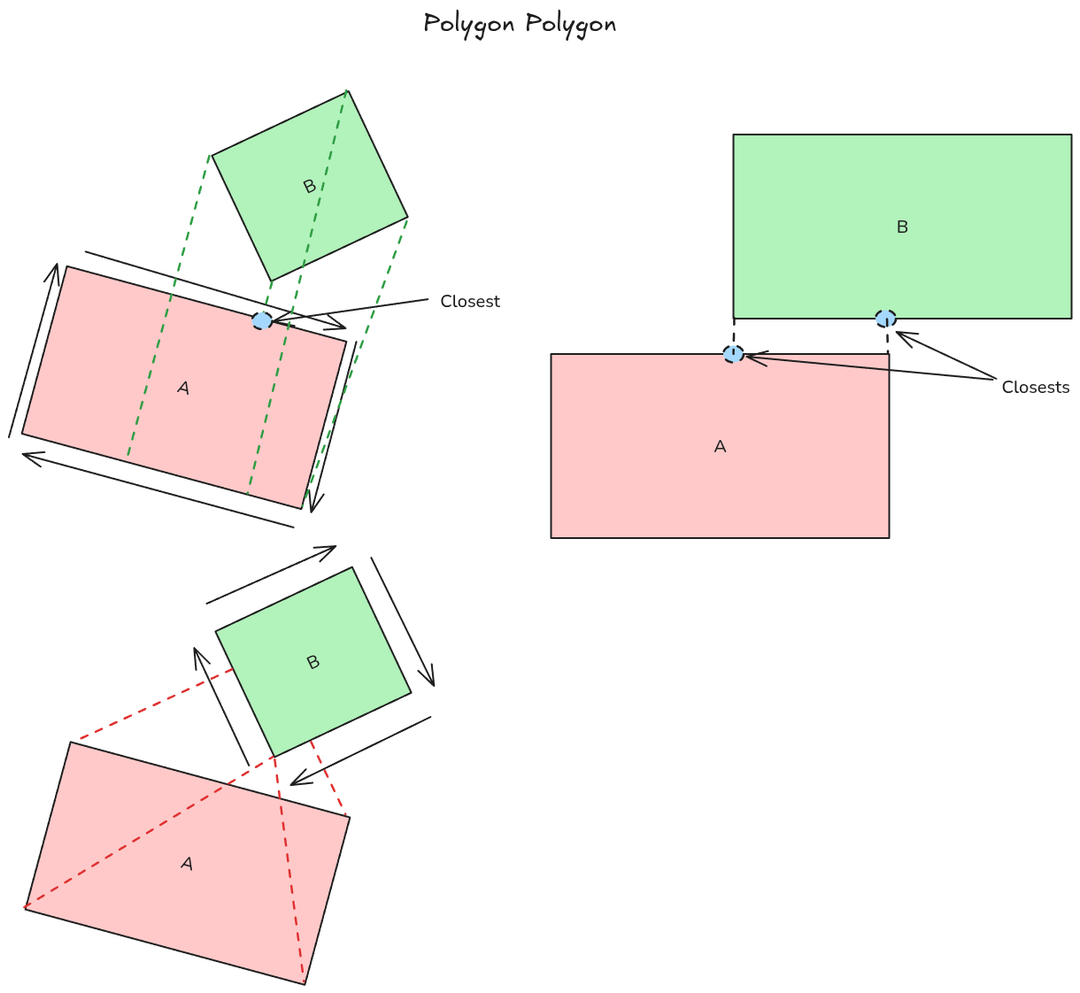
Earlier version of the Excalidraw export readme/contact_circle_polygon.excalidraw.png (OskarMihalik/physics_2D). Source tidied: one line per element, renumbered; positions are measured from the earlier drawing's top-left corner, leaving out a move shared by most shapes.
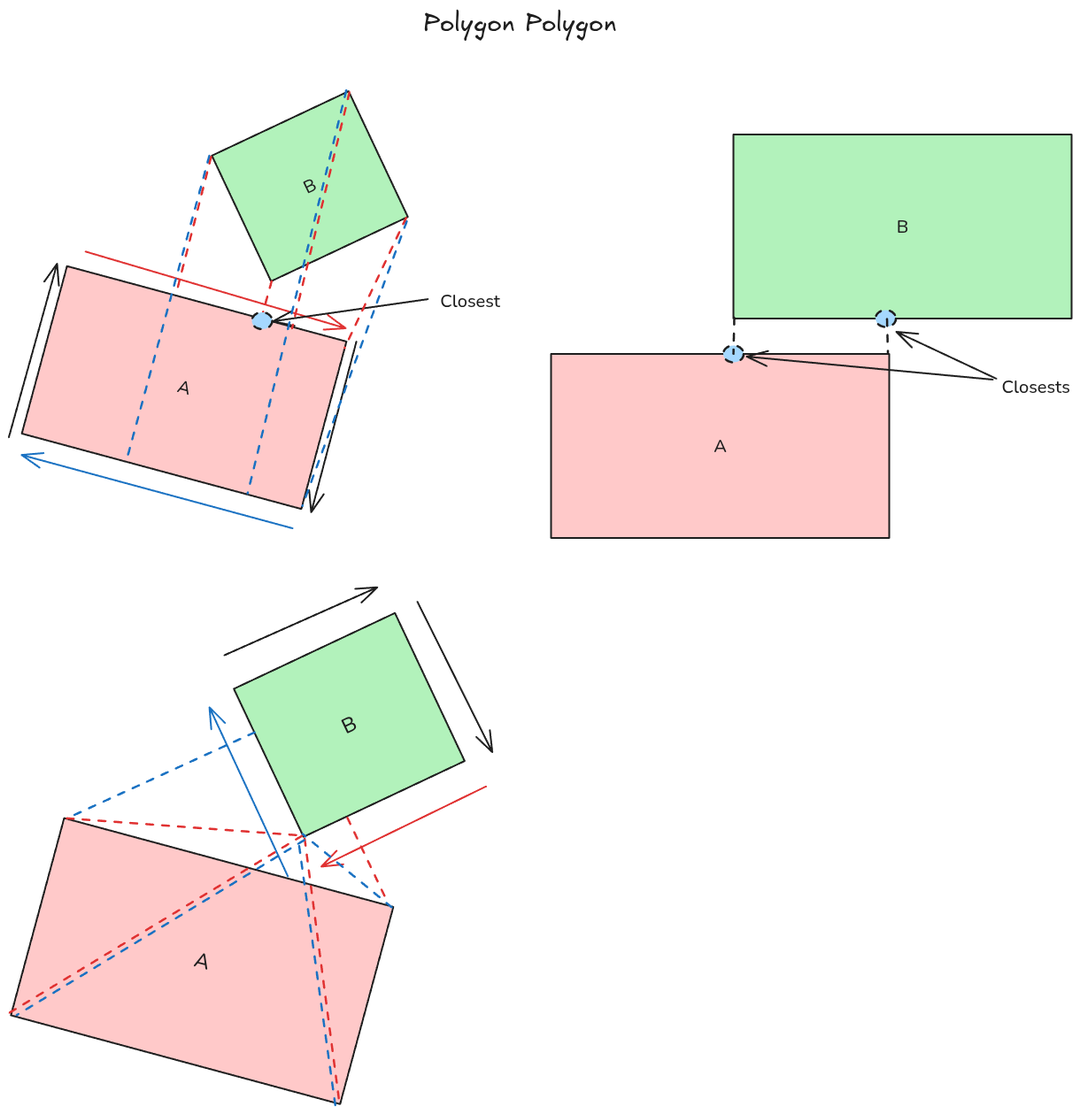
The same file after the commit.

Change to the diagram source:
```diff
@@ -2,14 +2,14 @@
 {"id": 1, "type": "rectangle", "strokeColor": "#1e1e1e", "angle": 0.26, "backgroundColor": "#ffc9c9", "fillStyle": "solid", "strokeWidth": 2, "roughness": 0, "x": 35, "y": 330, "width": 327, "height": 196}
 {"id": 2, "type": "text", "text": "A", "strokeColor": "#1e1e1e", "angle": 0.26, "backgroundColor": "#b2f2bb", "fillStyle": "solid", "strokeWidth": 2, "strokeStyle": "dashed", "roughness": 0, "fontSize": 20, "fontFamily": 6, "textAlign": "center", "verticalAlign": "middle", "inside": 1, "x": 191, "y": 414, "width": 15, "height": 27}
 {"id": 3, "type": "arrow", "strokeColor": "#1e1e1e", "backgroundColor": "#ffc9c9", "fillStyle": "solid", "strokeWidth": 2, "roughness": 0, "endArrowhead": "arrow", "round": true, "from": 1, "x": 393, "y": 376, "width": 51, "height": 193, "points": [[0, 0], [-51, 193]]}
-{"id": 4, "type": "arrow", "strokeColor": "#1e1e1e", "backgroundColor": "#ffc9c9", "fillStyle": "solid", "strokeWidth": 2, "roughness": 0, "endArrowhead": "arrow", "round": true, "from": 1, "x": 322, "y": 586, "width": 306, "height": 83, "points": [[0, 0], [-306, -83]]}
+{"id": 4, "type": "arrow", "strokeColor": "#1971c2", "backgroundColor": "#ffc9c9", "fillStyle": "solid", "strokeWidth": 2, "roughness": 0, "endArrowhead": "arrow", "round": true, "from": 1, "x": 321, "y": 587, "width": 306, "height": 83, "points": [[0, 0], [-306, -83]]}
 {"id": 5, "type": "arrow", "strokeColor": "#1e1e1e", "backgroundColor": "#ffc9c9", "fillStyle": "solid", "strokeWidth": 2, "roughness": 0, "endArrowhead": "arrow", "round": true, "from": 1, "x": 0, "y": 484, "width": 55, "height": 196, "points": [[0, 0], [55, -196]]}
-{"id": 6, "type": "arrow", "strokeColor": "#1e1e1e", "backgroundColor": "#b2f2bb", "fillStyle": "solid", "strokeWidth": 2, "roughness": 0, "endArrowhead": "arrow", "round": true, "from": 1, "x": 87, "y": 274, "width": 294, "height": 87, "points": [[0, 0], [294, 87]]}
+{"id": 6, "type": "arrow", "strokeColor": "#e03131", "backgroundColor": "#b2f2bb", "fillStyle": "solid", "strokeWidth": 2, "roughness": 0, "endArrowhead": "arrow", "round": true, "from": 1, "x": 87, "y": 274, "width": 294, "height": 87, "points": [[0, 0], [294, 87]]}
 {"id": 7, "type": "rectangle", "strokeColor": "#1e1e1e", "angle": 5.84, "backgroundColor": "#b2f2bb", "fillStyle": "solid", "strokeWidth": 2, "roughness": 0, "x": 255, "y": 122, "width": 171, "height": 157}
 {"id": 8, "type": "text", "text": "B", "strokeColor": "#1e1e1e", "angle": 5.84, "backgroundColor": "#b2f2bb", "fillStyle": "solid", "strokeWidth": 2, "strokeStyle": "dashed", "roughness": 0, "fontSize": 20, "fontFamily": 6, "textAlign": "center", "verticalAlign": "middle", "inside": 7, "x": 333, "y": 187, "width": 14, "height": 27}
-{"id": 9, "type": "line", "strokeColor": "#2f9e44", "backgroundColor": "#b2f2bb", "fillStyle": "solid", "strokeWidth": 2, "strokeStyle": "dashed", "roughness": 0, "x": 298, "y": 308, "width": 12, "height": 43, "points": [[0, 0], [-12, 43]]}
+{"id": 9, "type": "line", "strokeColor": "#e03131", "backgroundColor": "#b2f2bb", "fillStyle": "solid", "strokeWidth": 2, "strokeStyle": "dashed", "roughness": 0, "x": 297, "y": 308, "width": 12, "height": 43, "points": [[0, 0], [-12, 43]]}
-{"id": 10, "type": "line", "strokeColor": "#2f9e44", "backgroundColor": "#b2f2bb", "fillStyle": "solid", "strokeWidth": 2, "strokeStyle": "dashed", "roughness": 0, "x": 227, "y": 166, "width": 93, "height": 342, "points": [[0, 0], [-93, 342]]}
+{"id": 10, "type": "line", "strokeColor": "#1971c2", "backgroundColor": "#b2f2bb", "fillStyle": "solid", "strokeWidth": 2, "strokeStyle": "dashed", "roughness": 0, "x": 227, "y": 166, "width": 93, "height": 342, "points": [[0, 0], [-93, 342]]}
-{"id": 11, "type": "line", "strokeColor": "#2f9e44", "backgroundColor": "#b2f2bb", "fillStyle": "solid", "strokeWidth": 2, "strokeStyle": "dashed", "roughness": 0, "x": 450, "y": 240, "width": 118, "height": 322, "points": [[0, 0], [-118, 322]]}
+{"id": 11, "type": "line", "strokeColor": "#1971c2", "backgroundColor": "#b2f2bb", "fillStyle": "solid", "strokeWidth": 2, "strokeStyle": "dashed", "roughness": 0, "x": 450, "y": 240, "width": 118, "height": 322, "points": [[0, 0], [-118, 322]]}
 {"id": 12, "type": "ellipse", "strokeColor": "#1e1e1e", "backgroundColor": "#a5d8ff", "fillStyle": "solid", "strokeWidth": 2, "strokeStyle": "dashed", "roughness": 0, "x": 275, "y": 343, "width": 23, "height": 19}
 {"id": 13, "type": "rectangle", "strokeColor": "#1e1e1e", "backgroundColor": "#ffc9c9", "fillStyle": "solid", "strokeWidth": 2, "roughness": 0, "x": 613, "y": 390, "width": 382, "height": 208}
 {"id": 14, "type": "text", "text": "A", "strokeColor": "#1e1e1e", "backgroundColor": "#b2f2bb", "fillStyle": "solid", "strokeWidth": 2, "strokeStyle": "dashed", "roughness": 0, "fontSize": 20, "fontFamily": 6, "textAlign": "center", "verticalAlign": "middle", "inside": 13, "x": 796, "y": 480, "width": 15, "height": 27}
@@ -22,18 +22,25 @@
 {"id": 21, "type": "arrow", "strokeColor": "#1e1e1e", "backgroundColor": "#b2f2bb", "fillStyle": "solid", "strokeWidth": 2, "roughness": 0, "endArrowhead": "arrow", "round": true, "to": 18, "x": 1116, "y": 418, "width": 113, "height": 53, "points": [[0, 0], [-113, -53]]}
 {"id": 22, "type": "arrow", "strokeColor": "#1e1e1e", "backgroundColor": "#b2f2bb", "fillStyle": "solid", "strokeWidth": 2, "roughness": 0, "endArrowhead": "arrow", "round": true, "to": 17, "x": 1112, "y": 419, "width": 278, "height": 26, "points": [[0, 0], [-278, -26]]}
 {"id": 23, "type": "text", "text": "Closests", "strokeColor": "#1e1e1e", "backgroundColor": "#b2f2bb", "fillStyle": "solid", "strokeWidth": 2, "roughness": 0, "fontSize": 20, "fontFamily": 6, "x": 1122, "y": 414, "width": 77, "height": 27}
-{"id": 24, "type": "rectangle", "strokeColor": "#1e1e1e", "angle": 0.26, "backgroundColor": "#ffc9c9", "fillStyle": "solid", "strokeWidth": 2, "roughness": 0, "x": 38, "y": 868, "width": 327, "height": 196}
+{"id": 24, "type": "rectangle", "strokeColor": "#1e1e1e", "angle": 0.26, "backgroundColor": "#ffc9c9", "fillStyle": "solid", "strokeWidth": 2, "roughness": 0, "x": 26, "y": 961, "width": 385, "height": 231}
-{"id": 25, "type": "text", "text": "A", "strokeColor": "#1e1e1e", "angle": 0.26, "backgroundColor": "#b2f2bb", "fillStyle": "solid", "strokeWidth": 2, "strokeStyle": "dashed", "roughness": 0, "fontSize": 20, "fontFamily": 6, "textAlign": "center", "verticalAlign": "middle", "inside": 24, "x": 195, "y": 952, "width": 15, "height": 27}
+{"id": 25, "type": "text", "text": "A", "strokeColor": "#1e1e1e", "angle": 0.26, "backgroundColor": "#b2f2bb", "fillStyle": "solid", "strokeWidth": 2, "strokeStyle": "dashed", "roughness": 0, "fontSize": 23.56, "fontFamily": 6, "textAlign": "center", "verticalAlign": "middle", "inside": 24, "x": 210, "y": 1060, "width": 17, "height": 32}
-{"id": 26, "type": "rectangle", "strokeColor": "#1e1e1e", "angle": 5.84, "backgroundColor": "#b2f2bb", "fillStyle": "solid", "strokeWidth": 2, "roughness": 0, "x": 259, "y": 660, "width": 171, "height": 157}
+{"id": 26, "type": "rectangle", "strokeColor": "#1e1e1e", "angle": 5.84, "backgroundColor": "#b2f2bb", "fillStyle": "solid", "strokeWidth": 2, "roughness": 0, "x": 284, "y": 717, "width": 201, "height": 185}
-{"id": 27, "type": "text", "text": "B", "strokeColor": "#1e1e1e", "angle": 5.84, "backgroundColor": "#b2f2bb", "fillStyle": "solid", "strokeWidth": 2, "strokeStyle": "dashed", "roughness": 0, "fontSize": 20, "fontFamily": 6, "textAlign": "center", "verticalAlign": "middle", "inside": 26, "x": 337, "y": 725, "width": 14, "height": 27}
+{"id": 27, "type": "text", "text": "B", "strokeColor": "#1e1e1e", "angle": 5.84, "backgroundColor": "#b2f2bb", "fillStyle": "solid", "strokeWidth": 2, "strokeStyle": "dashed", "roughness": 0, "fontSize": 23.56, "fontFamily": 6, "textAlign": "center", "verticalAlign": "middle", "inside": 26, "x": 377, "y": 793, "width": 16, "height": 32}
-{"id": 28, "type": "arrow", "strokeColor": "#1e1e1e", "backgroundColor": "#b2f2bb", "fillStyle": "solid", "strokeWidth": 2, "roughness": 0, "endArrowhead": "arrow", "round": true, "to": 26, "x": 223, "y": 672, "width": 146, "height": 65, "points": [[0, 0], [146, -65]]}
+{"id": 28, "type": "arrow", "strokeColor": "#1e1e1e", "backgroundColor": "#b2f2bb", "fillStyle": "solid", "strokeWidth": 2, "roughness": 0, "endArrowhead": "arrow", "round": true, "x": 243, "y": 731, "width": 173, "height": 77, "points": [[0, 0], [173, -77]]}
-{"id": 29, "type": "arrow", "strokeColor": "#1e1e1e", "backgroundColor": "#b2f2bb", "fillStyle": "solid", "strokeWidth": 2, "roughness": 0, "endArrowhead": "arrow", "round": true, "from": 26, "x": 409, "y": 620, "width": 71, "height": 145, "points": [[0, 0], [71, 145]]}
+{"id": 29, "type": "arrow", "strokeColor": "#1e1e1e", "backgroundColor": "#b2f2bb", "fillStyle": "solid", "strokeWidth": 2, "roughness": 0, "endArrowhead": "arrow", "round": true, "from": 26, "x": 462, "y": 670, "width": 85, "height": 170, "points": [[0, 0], [85, 170]]}
-{"id": 30, "type": "arrow", "strokeColor": "#1e1e1e", "backgroundColor": "#b2f2bb", "fillStyle": "solid", "strokeWidth": 2, "roughness": 0, "endArrowhead": "arrow", "round": true, "to": 24, "x": 476, "y": 800, "width": 158, "height": 77, "points": [[0, 0], [-158, 77]]}
+{"id": 30, "type": "arrow", "strokeColor": "#e03131", "backgroundColor": "#b2f2bb", "fillStyle": "solid", "strokeWidth": 2, "roughness": 0, "endArrowhead": "arrow", "round": true, "to": 24, "x": 539, "y": 879, "width": 186, "height": 91, "points": [[0, 0], [-186, 91]]}
-{"id": 31, "type": "arrow", "strokeColor": "#1e1e1e", "backgroundColor": "#b2f2bb", "fillStyle": "solid", "strokeWidth": 2, "roughness": 0, "endArrowhead": "arrow", "round": true, "from": 26, "x": 271, "y": 855, "width": 62, "height": 133, "points": [[0, 0], [-62, -133]]}
+{"id": 31, "type": "arrow", "strokeColor": "#1971c2", "backgroundColor": "#b2f2bb", "fillStyle": "solid", "strokeWidth": 2, "roughness": 0, "endArrowhead": "arrow", "round": true, "x": 315, "y": 980, "width": 89, "height": 191, "points": [[0, 0], [-89, -191]]}
-{"id": 32, "type": "line", "strokeColor": "#e03131", "backgroundColor": "#b2f2bb", "fillStyle": "solid", "strokeWidth": 2, "strokeStyle": "dashed", "roughness": 0, "x": 341, "y": 828, "width": 39, "height": 82, "points": [[0, 0], [39, 82]]}
+{"id": 32, "type": "line", "strokeColor": "#e03131", "backgroundColor": "#b2f2bb", "fillStyle": "solid", "strokeWidth": 2, "strokeStyle": "dashed", "roughness": 0, "x": 382, "y": 914, "width": 46, "height": 97, "points": [[0, 0], [46, 97]]}
-{"id": 33, "type": "line", "strokeColor": "#e03131", "backgroundColor": "#b2f2bb", "fillStyle": "solid", "strokeWidth": 2, "strokeStyle": "dashed", "roughness": 0, "x": 300, "y": 848, "width": 33, "height": 251, "points": [[0, 0], [33, 251]]}
+{"id": 33, "type": "line", "strokeColor": "#e03131", "backgroundColor": "#b2f2bb", "fillStyle": "solid", "strokeWidth": 2, "strokeStyle": "dashed", "roughness": 0, "x": 334, "y": 938, "width": 39, "height": 296, "points": [[0, 0], [39, 296]]}
-{"id": 34, "type": "line", "strokeColor": "#e03131", "backgroundColor": "#b2f2bb", "fillStyle": "solid", "strokeWidth": 2, "strokeStyle": "dashed", "roughness": 0, "x": 252, "y": 746, "width": 179, "height": 82, "points": [[0, 0], [-179, 82]]}
+{"id": 34, "type": "line", "strokeColor": "#1971c2", "backgroundColor": "#b2f2bb", "fillStyle": "solid", "strokeWidth": 2, "strokeStyle": "dashed", "roughness": 0, "x": 278, "y": 818, "width": 211, "height": 97, "points": [[0, 0], [-211, 97]]}
-{"id": 35, "type": "line", "strokeColor": "#e03131", "backgroundColor": "#b2f2bb", "fillStyle": "solid", "strokeWidth": 2, "strokeStyle": "dashed", "roughness": 0, "x": 17, "y": 1015, "width": 281, "height": 170, "points": [[0, 0], [281, -170]]}
+{"id": 35, "type": "line", "strokeColor": "#e03131", "backgroundColor": "#b2f2bb", "fillStyle": "solid", "strokeWidth": 2, "strokeStyle": "dashed", "roughness": 0, "x": 1, "y": 1134, "width": 331, "height": 200, "points": [[0, 0], [331, -200]]}
 {"id": 36, "type": "arrow", "strokeColor": "#1e1e1e", "backgroundColor": "#b2f2bb", "fillStyle": "solid", "strokeWidth": 2, "roughness": 0, "endArrowhead": "arrow", "round": true, "to": 12, "x": 473, "y": 328, "width": 175, "height": 25, "points": [[0, 0], [-175, 25]]}
 {"id": 37, "type": "text", "text": "Closest", "strokeColor": "#1e1e1e", "backgroundColor": "#b2f2bb", "fillStyle": "solid", "strokeWidth": 2, "roughness": 0, "fontSize": 20, "fontFamily": 6, "x": 487, "y": 317, "width": 68, "height": 27}
-{"id": 38, "type": "line", "strokeColor": "#2f9e44", "backgroundColor": "#b2f2bb", "fillStyle": "solid", "strokeWidth": 2, "strokeStyle": "dashed", "roughness": 0, "x": 381, "y": 92, "width": 111, "height": 456, "points": [[0, 0], [-111, 456]]}
+{"id": 38, "type": "line", "strokeColor": "#1971c2", "backgroundColor": "#b2f2bb", "fillStyle": "solid", "strokeWidth": 2, "strokeStyle": "dashed", "roughness": 0, "x": 381, "y": 92, "width": 111, "height": 456, "points": [[0, 0], [-111, 456]]}
+{"id": 39, "type": "line", "strokeColor": "#e03131", "backgroundColor": "#b2f2bb", "fillStyle": "solid", "strokeWidth": 2, "strokeStyle": "dashed", "roughness": 0, "x": 65, "y": 915, "width": 267, "height": 20, "points": [[0, 0], [267, 20]]}
+{"id": 40, "type": "line", "strokeColor": "#e03131", "backgroundColor": "#b2f2bb", "fillStyle": "solid", "strokeWidth": 2, "strokeStyle": "dashed", "roughness": 0, "x": 229, "y": 167, "width": 40, "height": 156, "points": [[0, 0], [-40, 156]]}
+{"id": 41, "type": "line", "strokeColor": "#e03131", "backgroundColor": "#b2f2bb", "fillStyle": "solid", "strokeWidth": 2, "strokeStyle": "dashed", "roughness": 0, "x": 449, "y": 236, "width": 69, "height": 147, "points": [[0, 0], [-69, 147]]}
+{"id": 42, "type": "line", "strokeColor": "#e03131", "backgroundColor": "#b2f2bb", "fillStyle": "solid", "strokeWidth": 2, "strokeStyle": "dashed", "roughness": 0, "x": 385, "y": 94, "width": 65, "height": 267, "points": [[0, 0], [-65, 267]]}
+{"id": 43, "type": "line", "strokeColor": "#1971c2", "backgroundColor": "#b2f2bb", "fillStyle": "solid", "strokeWidth": 2, "strokeStyle": "dashed", "roughness": 0, "x": 433, "y": 1016, "width": 101, "height": 83, "points": [[0, 0], [-101, -83]]}
+{"id": 44, "type": "line", "strokeColor": "#1971c2", "backgroundColor": "#b2f2bb", "fillStyle": "solid", "strokeWidth": 2, "strokeStyle": "dashed", "roughness": 0, "x": 369, "y": 1239, "width": 42, "height": 300, "points": [[0, 0], [-42, -300]]}
+{"id": 45, "type": "line", "strokeColor": "#1971c2", "backgroundColor": "#b2f2bb", "fillStyle": "solid", "strokeWidth": 2, "strokeStyle": "dashed", "roughness": 0, "x": 334, "y": 940, "width": 325, "height": 198, "points": [[0, 0], [-325, 198]]}
```
